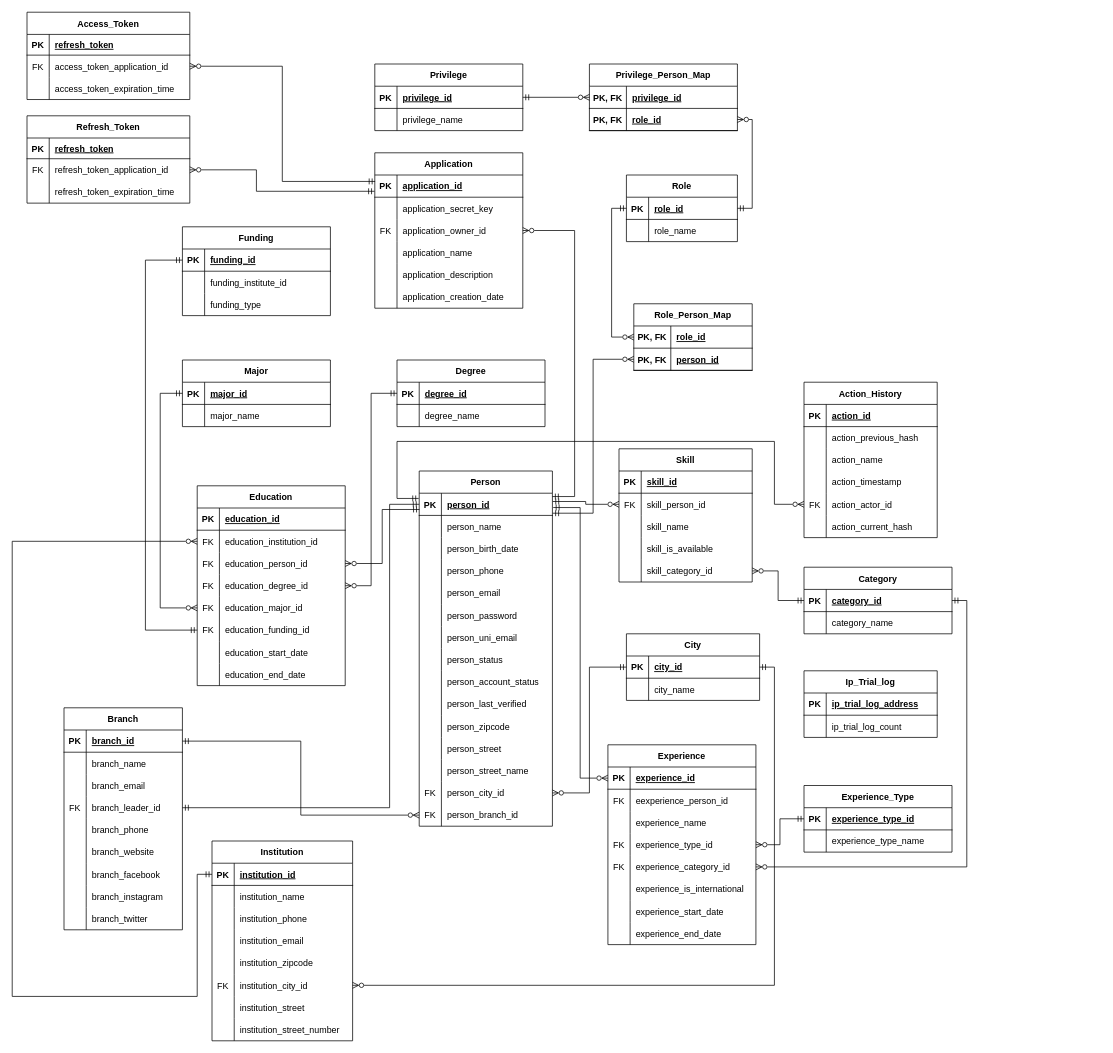
The draw.io diagram sql-init/Schema Sensus Database.drawio in ppijerman/ppij-identity-backend, before the edit. Source tidied: cells renumbered, new cells numbered last; positions are measured from the earlier drawing's top-left corner, leaving out a move shared by most shapes. Both pictures are drawn from the tidied source at 74%, with x=0, y=0 at pixel (12, 12).
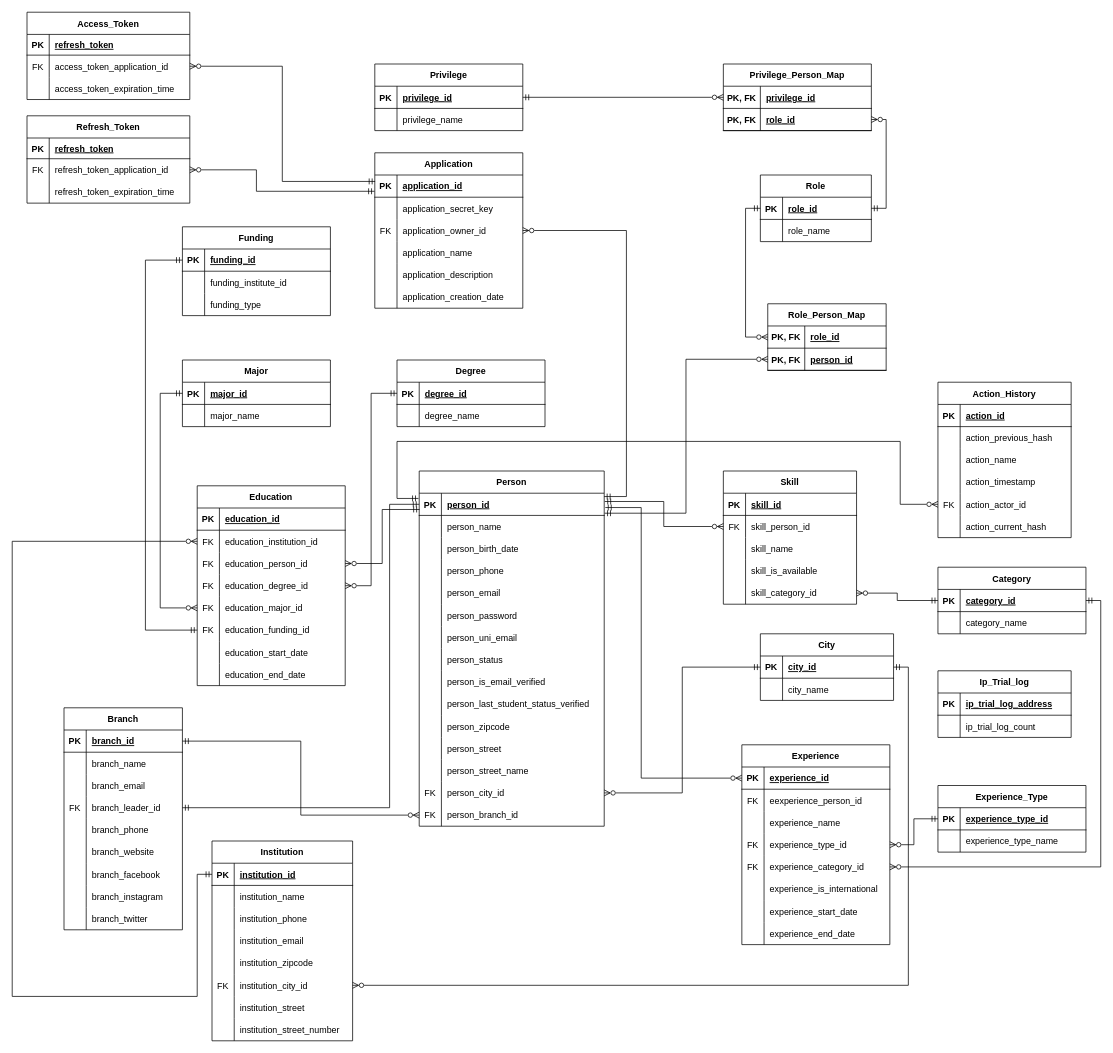
Above is the later version.

Commit message:
Renamed attribute in person table

The change refers to these unchanged cells:
```xml
<mxCell id="177" style="shape=tableRow;horizontal=0;startSize=0;swimlaneHead=0;swimlaneBody=0;fillColor=none;points=[[0,0.5],[1,0.5]];portConstraint=eastwest;top=0;left=0;right=0;bottom=0;" parent="170" vertex="1">
  <mxGeometry y="90" width="200" height="30" as="geometry" />
</mxCell>
<mxCell id="269" style="shape=tableRow;horizontal=0;startSize=0;swimlaneHead=0;swimlaneBody=0;fillColor=none;points=[[0,0.5],[1,0.5]];portConstraint=eastwest;top=0;left=0;right=0;bottom=0;" parent="256" vertex="1">
  <mxGeometry y="150" width="180" height="30" as="geometry" />
</mxCell>
<mxCell id="293" style="shape=tableRow;horizontal=0;startSize=0;swimlaneHead=0;swimlaneBody=0;fillColor=none;points=[[0,0.5],[1,0.5]];portConstraint=eastwest;top=0;left=0;right=0;bottom=1;" parent="292" vertex="1">
  <mxGeometry y="30" width="200" height="30" as="geometry" />
</mxCell>
```

The edit, as a diff of the source:
```diff
@@
     <mxCell id="6" value="Person" style="shape=table;startSize=30;childLayout=tableLayout;rowLines=0;fontStyle=1;align=center;" parent="1" vertex="1">
-      <mxGeometry x="550" y="620" width="180" height="480" as="geometry" />
+      <mxGeometry x="550" y="620" width="250" height="480" as="geometry" />
     </mxCell>
     <mxCell id="7" style="shape=tableRow;horizontal=0;startSize=0;swimlaneHead=0;swimlaneBody=0;fillColor=none;points=[[0,0.5],[1,0.5]];portConstraint=eastwest;top=0;left=0;right=0;bottom=1;" parent="6" vertex="1">
-      <mxGeometry y="30" width="180" height="30" as="geometry" />
+      <mxGeometry y="30" width="250" height="30" as="geometry" />
     </mxCell>
@@
     <mxCell id="9" value="person_id" style="shape=partialRectangle;fillColor=none;top=0;left=0;bottom=0;right=0;align=left;spacingLeft=6;fontStyle=5;overflow=hidden;" parent="7" vertex="1">
-      <mxGeometry x="30" width="150" height="30" as="geometry" />
+      <mxGeometry x="30" width="220" height="30" as="geometry" />
     </mxCell>
     <mxCell id="10" style="shape=tableRow;horizontal=0;startSize=0;swimlaneHead=0;swimlaneBody=0;fillColor=none;top=0;left=0;right=0;bottom=0;" parent="6" vertex="1">
-      <mxGeometry y="60" width="180" height="30" as="geometry" />
+      <mxGeometry y="60" width="250" height="30" as="geometry" />
     </mxCell>
@@
     <mxCell id="12" value="person_name" style="shape=partialRectangle;fillColor=none;top=0;left=0;bottom=0;right=0;align=left;spacingLeft=6;overflow=hidden;" parent="10" vertex="1">
-      <mxGeometry x="30" width="150" height="30" as="geometry" />
+      <mxGeometry x="30" width="220" height="30" as="geometry" />
     </mxCell>
     <mxCell id="13" style="shape=tableRow;horizontal=0;startSize=0;swimlaneHead=0;swimlaneBody=0;fillColor=none;top=0;left=0;right=0;bottom=0;" parent="6" vertex="1">
-      <mxGeometry y="90" width="180" height="30" as="geometry" />
+      <mxGeometry y="90" width="250" height="30" as="geometry" />
     </mxCell>
@@
     <mxCell id="15" value="person_birth_date" style="shape=partialRectangle;fillColor=none;top=0;left=0;bottom=0;right=0;align=left;spacingLeft=6;overflow=hidden;" parent="13" vertex="1">
-      <mxGeometry x="30" width="150" height="30" as="geometry" />
+      <mxGeometry x="30" width="220" height="30" as="geometry" />
     </mxCell>
     <mxCell id="16" style="shape=tableRow;horizontal=0;startSize=0;swimlaneHead=0;swimlaneBody=0;fillColor=none;top=0;left=0;right=0;bottom=0;" parent="6" vertex="1">
-      <mxGeometry y="120" width="180" height="30" as="geometry" />
+      <mxGeometry y="120" width="250" height="30" as="geometry" />
     </mxCell>
@@
     <mxCell id="18" value="person_phone" style="shape=partialRectangle;fillColor=none;top=0;left=0;bottom=0;right=0;align=left;spacingLeft=6;overflow=hidden;" parent="16" vertex="1">
-      <mxGeometry x="30" width="150" height="30" as="geometry" />
+      <mxGeometry x="30" width="220" height="30" as="geometry" />
     </mxCell>
     <mxCell id="19" style="shape=tableRow;horizontal=0;startSize=0;swimlaneHead=0;swimlaneBody=0;fillColor=none;top=0;left=0;right=0;bottom=0;" parent="6" vertex="1">
-      <mxGeometry y="150" width="180" height="30" as="geometry" />
+      <mxGeometry y="150" width="250" height="30" as="geometry" />
     </mxCell>
@@
     <mxCell id="21" value="person_email" style="shape=partialRectangle;fillColor=none;top=0;left=0;bottom=0;right=0;align=left;spacingLeft=6;overflow=hidden;" parent="19" vertex="1">
-      <mxGeometry x="30" width="150" height="30" as="geometry" />
+      <mxGeometry x="30" width="220" height="30" as="geometry" />
     </mxCell>
     <mxCell id="22" style="shape=tableRow;horizontal=0;startSize=0;swimlaneHead=0;swimlaneBody=0;fillColor=none;top=0;left=0;right=0;bottom=0;" parent="6" vertex="1">
-      <mxGeometry y="180" width="180" height="30" as="geometry" />
+      <mxGeometry y="180" width="250" height="30" as="geometry" />
     </mxCell>
@@
     <mxCell id="24" value="person_password" style="shape=partialRectangle;fillColor=none;top=0;left=0;bottom=0;right=0;align=left;spacingLeft=6;overflow=hidden;" parent="22" vertex="1">
-      <mxGeometry x="30" width="150" height="30" as="geometry" />
+      <mxGeometry x="30" width="220" height="30" as="geometry" />
     </mxCell>
     <mxCell id="25" style="shape=tableRow;horizontal=0;startSize=0;swimlaneHead=0;swimlaneBody=0;fillColor=none;top=0;left=0;right=0;bottom=0;" parent="6" vertex="1">
-      <mxGeometry y="210" width="180" height="30" as="geometry" />
+      <mxGeometry y="210" width="250" height="30" as="geometry" />
     </mxCell>
@@
     <mxCell id="27" value="person_uni_email" style="shape=partialRectangle;fillColor=none;top=0;left=0;bottom=0;right=0;align=left;spacingLeft=6;overflow=hidden;" parent="25" vertex="1">
-      <mxGeometry x="30" width="150" height="30" as="geometry" />
+      <mxGeometry x="30" width="220" height="30" as="geometry" />
     </mxCell>
     <mxCell id="28" style="shape=tableRow;horizontal=0;startSize=0;swimlaneHead=0;swimlaneBody=0;fillColor=none;top=0;left=0;right=0;bottom=0;" parent="6" vertex="1">
-      <mxGeometry y="240" width="180" height="30" as="geometry" />
+      <mxGeometry y="240" width="250" height="30" as="geometry" />
     </mxCell>
@@
     <mxCell id="30" value="person_status" style="shape=partialRectangle;fillColor=none;top=0;left=0;bottom=0;right=0;align=left;spacingLeft=6;overflow=hidden;" parent="28" vertex="1">
-      <mxGeometry x="30" width="150" height="30" as="geometry" />
+      <mxGeometry x="30" width="220" height="30" as="geometry" />
     </mxCell>
     <mxCell id="31" style="shape=tableRow;horizontal=0;startSize=0;swimlaneHead=0;swimlaneBody=0;fillColor=none;top=0;left=0;right=0;bottom=0;" parent="6" vertex="1">
-      <mxGeometry y="270" width="180" height="30" as="geometry" />
+      <mxGeometry y="270" width="250" height="30" as="geometry" />
     </mxCell>
@@
-    <mxCell id="33" value="person_account_status" style="shape=partialRectangle;fillColor=none;top=0;left=0;bottom=0;right=0;align=left;spacingLeft=6;overflow=hidden;" parent="31" vertex="1">
-      <mxGeometry x="30" width="150" height="30" as="geometry" />
+    <mxCell id="33" value="person_is_email_verified" style="shape=partialRectangle;fillColor=none;top=0;left=0;bottom=0;right=0;align=left;spacingLeft=6;overflow=hidden;" parent="31" vertex="1">
+      <mxGeometry x="30" width="220" height="30" as="geometry" />
     </mxCell>
     <mxCell id="34" style="shape=tableRow;horizontal=0;startSize=0;swimlaneHead=0;swimlaneBody=0;fillColor=none;top=0;left=0;right=0;bottom=0;" parent="6" vertex="1">
-      <mxGeometry y="300" width="180" height="30" as="geometry" />
+      <mxGeometry y="300" width="250" height="30" as="geometry" />
     </mxCell>
@@
-    <mxCell id="36" value="person_last_verified" style="shape=partialRectangle;fillColor=none;top=0;left=0;bottom=0;right=0;align=left;spacingLeft=6;overflow=hidden;" parent="34" vertex="1">
-      <mxGeometry x="30" width="150" height="30" as="geometry" />
+    <mxCell id="36" value="person_last_student_status_verified" style="shape=partialRectangle;fillColor=none;top=0;left=0;bottom=0;right=0;align=left;spacingLeft=6;overflow=hidden;" parent="34" vertex="1">
+      <mxGeometry x="30" width="220" height="30" as="geometry" />
     </mxCell>
     <mxCell id="37" style="shape=tableRow;horizontal=0;startSize=0;swimlaneHead=0;swimlaneBody=0;fillColor=none;top=0;left=0;right=0;bottom=0;" parent="6" vertex="1">
-      <mxGeometry y="330" width="180" height="30" as="geometry" />
+      <mxGeometry y="330" width="250" height="30" as="geometry" />
     </mxCell>
@@
     <mxCell id="39" value="person_zipcode" style="shape=partialRectangle;fillColor=none;top=0;left=0;bottom=0;right=0;align=left;spacingLeft=6;overflow=hidden;" parent="37" vertex="1">
-      <mxGeometry x="30" width="150" height="30" as="geometry" />
+      <mxGeometry x="30" width="220" height="30" as="geometry" />
     </mxCell>
     <mxCell id="40" style="shape=tableRow;horizontal=0;startSize=0;swimlaneHead=0;swimlaneBody=0;fillColor=none;top=0;left=0;right=0;bottom=0;" parent="6" vertex="1">
-      <mxGeometry y="360" width="180" height="30" as="geometry" />
+      <mxGeometry y="360" width="250" height="30" as="geometry" />
     </mxCell>
@@
     <mxCell id="42" value="person_street" style="shape=partialRectangle;fillColor=none;top=0;left=0;bottom=0;right=0;align=left;spacingLeft=6;overflow=hidden;" parent="40" vertex="1">
-      <mxGeometry x="30" width="150" height="30" as="geometry" />
+      <mxGeometry x="30" width="220" height="30" as="geometry" />
     </mxCell>
     <mxCell id="43" style="shape=tableRow;horizontal=0;startSize=0;swimlaneHead=0;swimlaneBody=0;fillColor=none;top=0;left=0;right=0;bottom=0;" parent="6" vertex="1">
-      <mxGeometry y="390" width="180" height="30" as="geometry" />
+      <mxGeometry y="390" width="250" height="30" as="geometry" />
     </mxCell>
@@
     <mxCell id="45" value="person_street_name" style="shape=partialRectangle;fillColor=none;top=0;left=0;bottom=0;right=0;align=left;spacingLeft=6;overflow=hidden;" parent="43" vertex="1">
-      <mxGeometry x="30" width="150" height="30" as="geometry" />
+      <mxGeometry x="30" width="220" height="30" as="geometry" />
     </mxCell>
     <mxCell id="46" style="shape=tableRow;horizontal=0;startSize=0;swimlaneHead=0;swimlaneBody=0;fillColor=none;points=[[0,0.5],[1,0.5]];portConstraint=eastwest;top=0;left=0;right=0;bottom=0;" parent="6" vertex="1">
-      <mxGeometry y="420" width="180" height="30" as="geometry" />
+      <mxGeometry y="420" width="250" height="30" as="geometry" />
     </mxCell>
@@
     <mxCell id="48" value="person_city_id" style="shape=partialRectangle;fillColor=none;top=0;left=0;bottom=0;right=0;align=left;spacingLeft=6;overflow=hidden;" parent="46" vertex="1">
-      <mxGeometry x="30" width="150" height="30" as="geometry" />
+      <mxGeometry x="30" width="220" height="30" as="geometry" />
     </mxCell>
     <mxCell id="49" style="shape=tableRow;horizontal=0;startSize=0;swimlaneHead=0;swimlaneBody=0;fillColor=none;points=[[0,0.5],[1,0.5]];portConstraint=eastwest;top=0;left=0;right=0;bottom=0;" parent="6" vertex="1">
-      <mxGeometry y="450" width="180" height="30" as="geometry" />
+      <mxGeometry y="450" width="250" height="30" as="geometry" />
     </mxCell>
@@
     <mxCell id="51" value="person_branch_id" style="shape=partialRectangle;fillColor=none;top=0;left=0;bottom=0;right=0;align=left;spacingLeft=6;overflow=hidden;" parent="49" vertex="1">
-      <mxGeometry x="30" width="150" height="30" as="geometry" />
+      <mxGeometry x="30" width="220" height="30" as="geometry" />
     </mxCell>
     <mxCell id="52" value="City" style="shape=table;startSize=30;childLayout=tableLayout;rowLines=0;fontStyle=1;align=center;" parent="1" vertex="1">
-      <mxGeometry x="830" y="840" width="180" height="90" as="geometry" />
+      <mxGeometry x="1011" y="840" width="180" height="90" as="geometry" />
     </mxCell>
@@
     <mxCell id="141" value="Role_Person_Map" style="shape=table;startSize=30;childLayout=tableLayout;rowLines=0;fontStyle=1;align=center;" parent="1" vertex="1">
-      <mxGeometry x="840" y="394" width="160" height="90" as="geometry" />
+      <mxGeometry x="1021" y="394" width="160" height="90" as="geometry" />
     </mxCell>
@@
     <mxCell id="148" value="Role" style="shape=table;startSize=30;childLayout=tableLayout;rowLines=0;fontStyle=1;align=center;" parent="1" vertex="1">
-      <mxGeometry x="830" y="220" width="150" height="90" as="geometry" />
+      <mxGeometry x="1011" y="220" width="150" height="90" as="geometry" />
     </mxCell>
@@
     <mxCell id="155" value="Privilege_Person_Map" style="shape=table;startSize=30;childLayout=tableLayout;rowLines=0;fontStyle=1;align=center;" parent="1" vertex="1">
-      <mxGeometry x="780" y="70" width="200" height="90" as="geometry" />
+      <mxGeometry x="961" y="70" width="200" height="90" as="geometry" />
     </mxCell>
@@
     <mxCell id="189" style="edgeStyle=orthogonalEdgeStyle;rounded=0;jettySize=auto;html=1;entryX=1;entryY=0.151;entryDx=0;entryDy=0;startArrow=ERzeroToMany;startFill=0;endArrow=ERmandOne;endFill=0;entryPerimeter=0;" parent="1" edge="1" source="177" target="7">
       <mxGeometry relative="1" as="geometry">
         <Array as="points">
-          <mxPoint x="760" y="295" />
-          <mxPoint x="760" y="655" />
+          <mxPoint x="830" y="295" />
+          <mxPoint x="830" y="655" />
         </Array>
       </mxGeometry>
     </mxCell>
@@
     <mxCell id="206" value="Skill" style="shape=table;startSize=30;childLayout=tableLayout;rowLines=0;fontStyle=1;align=center;" parent="1" vertex="1">
-      <mxGeometry x="820" y="590" width="180" height="180" as="geometry" />
+      <mxGeometry x="961" y="620" width="180" height="180" as="geometry" />
     </mxCell>
@@
     <mxCell id="256" value="Action_History" style="shape=table;startSize=30;childLayout=tableLayout;rowLines=0;fontStyle=1;align=center;" parent="1" vertex="1">
-      <mxGeometry x="1070" y="500" width="180" height="210" as="geometry" />
+      <mxGeometry x="1251" y="500" width="180" height="210" as="geometry" />
     </mxCell>
@@
     <mxCell id="275" style="edgeStyle=orthogonalEdgeStyle;rounded=0;jettySize=auto;html=1;entryX=0;entryY=0.5;entryDx=0;entryDy=0;startArrow=ERmandOne;startFill=0;endArrow=ERzeroToMany;endFill=0;exitX=-0.004;exitY=0.235;exitDx=0;exitDy=0;exitPerimeter=0;" parent="1" edge="1" source="7" target="269">
       <mxGeometry relative="1" as="geometry">
         <Array as="points">
           <mxPoint x="520" y="657" />
           <mxPoint x="520" y="580" />
-          <mxPoint x="1030" y="580" />
-          <mxPoint x="1030" y="665" />
+          <mxPoint x="1200" y="580" />
+          <mxPoint x="1200" y="665" />
         </Array>
       </mxGeometry>
     </mxCell>
     <mxCell id="276" value="Ip_Trial_log" style="shape=table;startSize=30;childLayout=tableLayout;rowLines=0;fontStyle=1;align=center;" parent="1" vertex="1">
-      <mxGeometry x="1070" y="890" width="180" height="90" as="geometry" />
+      <mxGeometry x="1251" y="890" width="180" height="90" as="geometry" />
     </mxCell>
@@
     <mxCell id="284" value="Category" style="shape=table;startSize=30;childLayout=tableLayout;rowLines=0;fontStyle=1;align=center;" parent="1" vertex="1">
-      <mxGeometry x="1070" y="750" width="200" height="90" as="geometry" />
+      <mxGeometry x="1251" y="750" width="200" height="90" as="geometry" />
     </mxCell>
@@
     <mxCell id="292" value="Experience" style="shape=table;startSize=30;childLayout=tableLayout;rowLines=0;fontStyle=1;align=center;" parent="1" vertex="1">
-      <mxGeometry x="805" y="990" width="200" height="270" as="geometry" />
+      <mxGeometry x="986" y="990" width="200" height="270" as="geometry" />
     </mxCell>
@@
     <mxCell id="317" style="edgeStyle=orthogonalEdgeStyle;rounded=0;jettySize=auto;html=1;entryX=1.006;entryY=0.645;entryDx=0;entryDy=0;entryPerimeter=0;endArrow=ERmandOne;endFill=0;startArrow=ERzeroToMany;startFill=0;" parent="1" edge="1" source="293" target="7">
-      <mxGeometry relative="1" as="geometry" />
+      <mxGeometry relative="1" as="geometry">
+        <Array as="points">
+          <mxPoint x="850" y="1035" />
+          <mxPoint x="850" y="669" />
+        </Array>
+      </mxGeometry>
     </mxCell>
     <mxCell id="318" value="Experience_Type" style="shape=table;startSize=30;childLayout=tableLayout;rowLines=0;fontStyle=1;align=center;" parent="1" vertex="1">
-      <mxGeometry x="1070" y="1045" width="200" height="90" as="geometry" />
+      <mxGeometry x="1251" y="1045" width="200" height="90" as="geometry" />
     </mxCell>
```
